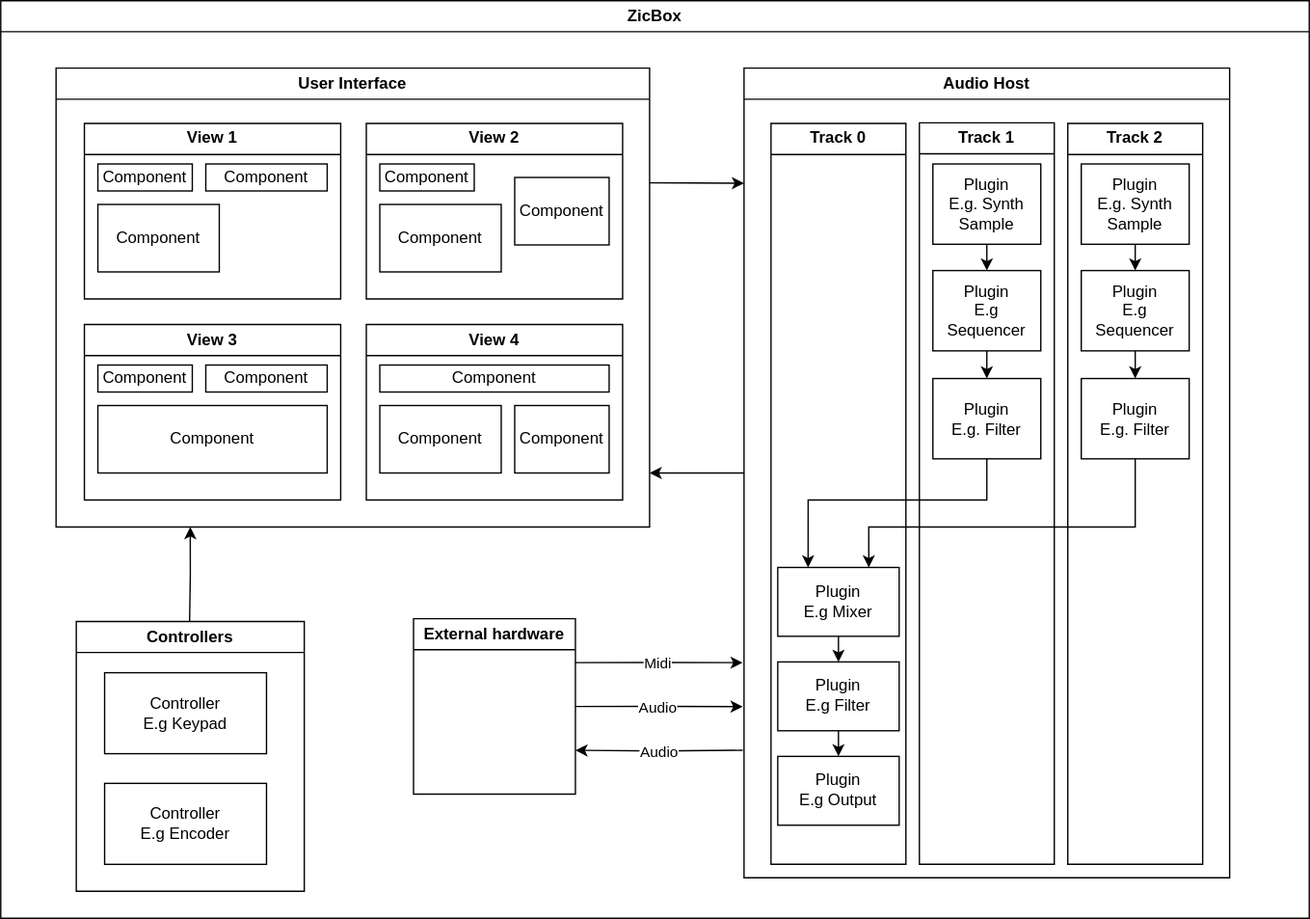
apiel/zicBox keeps this draw.io diagram as zicbox.drawio.svg. Above is the earlier version. Source tidied: cells renumbered, new cells last; positions are measured from the earlier drawing's top-left corner, leaving out a move shared by most shapes. The source it was exported from:
```xml
<mxGraphModel background="#FFFFFF">
  <root>
    <mxCell id="0" />
    <mxCell id="1" parent="0" />
    <mxCell id="2" value="ZicBox" style="swimlane;whiteSpace=wrap;html=1;" parent="1" vertex="1">
      <mxGeometry width="970" height="680" as="geometry" />
    </mxCell>
    <mxCell id="3" style="edgeStyle=orthogonalEdgeStyle;rounded=0;jettySize=auto;html=1;exitX=1;exitY=0.25;exitDx=0;exitDy=0;" parent="2" edge="1" source="4">
      <mxGeometry relative="1" as="geometry">
        <mxPoint x="551" y="135.3" as="targetPoint" />
      </mxGeometry>
    </mxCell>
    <mxCell id="4" value="User Interface" style="swimlane;whiteSpace=wrap;html=1;" parent="2" vertex="1">
      <mxGeometry x="41" y="50" width="440" height="340" as="geometry" />
    </mxCell>
    <mxCell id="5" value="View 1" style="swimlane;whiteSpace=wrap;html=1;" parent="4" vertex="1">
      <mxGeometry x="21" y="41" width="190" height="130" as="geometry" />
    </mxCell>
    <mxCell id="6" value="Component" style="rounded=0;whiteSpace=wrap;html=1;" parent="5" vertex="1">
      <mxGeometry x="10" y="30" width="70" height="20" as="geometry" />
    </mxCell>
    <mxCell id="7" value="Component" style="rounded=0;whiteSpace=wrap;html=1;" parent="5" vertex="1">
      <mxGeometry x="10" y="60" width="90" height="50" as="geometry" />
    </mxCell>
    <mxCell id="8" value="Component" style="rounded=0;whiteSpace=wrap;html=1;" parent="5" vertex="1">
      <mxGeometry x="90" y="30" width="90" height="20" as="geometry" />
    </mxCell>
    <mxCell id="9" value="View 2" style="swimlane;whiteSpace=wrap;html=1;" parent="4" vertex="1">
      <mxGeometry x="230" y="41" width="190" height="130" as="geometry" />
    </mxCell>
    <mxCell id="10" value="Component" style="rounded=0;whiteSpace=wrap;html=1;" parent="9" vertex="1">
      <mxGeometry x="10" y="30" width="70" height="20" as="geometry" />
    </mxCell>
    <mxCell id="11" value="Component" style="rounded=0;whiteSpace=wrap;html=1;" parent="9" vertex="1">
      <mxGeometry x="10" y="60" width="90" height="50" as="geometry" />
    </mxCell>
    <mxCell id="12" value="Component" style="whiteSpace=wrap;html=1;" parent="9" vertex="1">
      <mxGeometry x="110" y="40" width="70" height="50" as="geometry" />
    </mxCell>
    <mxCell id="13" value="View 3" style="swimlane;whiteSpace=wrap;html=1;" parent="4" vertex="1">
      <mxGeometry x="21" y="190" width="190" height="130" as="geometry" />
    </mxCell>
    <mxCell id="14" value="Component" style="rounded=0;whiteSpace=wrap;html=1;" parent="13" vertex="1">
      <mxGeometry x="10" y="30" width="70" height="20" as="geometry" />
    </mxCell>
    <mxCell id="15" value="Component" style="rounded=0;whiteSpace=wrap;html=1;" parent="13" vertex="1">
      <mxGeometry x="10" y="60" width="170" height="50" as="geometry" />
    </mxCell>
    <mxCell id="16" value="Component" style="rounded=0;whiteSpace=wrap;html=1;" parent="13" vertex="1">
      <mxGeometry x="90" y="30" width="90" height="20" as="geometry" />
    </mxCell>
    <mxCell id="17" value="View 4" style="swimlane;whiteSpace=wrap;html=1;" parent="4" vertex="1">
      <mxGeometry x="230" y="190" width="190" height="130" as="geometry" />
    </mxCell>
    <mxCell id="18" value="Component" style="rounded=0;whiteSpace=wrap;html=1;" parent="17" vertex="1">
      <mxGeometry x="10" y="60" width="90" height="50" as="geometry" />
    </mxCell>
    <mxCell id="19" value="Component" style="rounded=0;whiteSpace=wrap;html=1;" parent="17" vertex="1">
      <mxGeometry x="10" y="30" width="170" height="20" as="geometry" />
    </mxCell>
    <mxCell id="20" value="Component" style="whiteSpace=wrap;html=1;" parent="4" vertex="1">
      <mxGeometry x="340" y="250" width="70" height="50" as="geometry" />
    </mxCell>
    <mxCell id="21" style="edgeStyle=orthogonalEdgeStyle;rounded=0;jettySize=auto;html=1;exitX=0;exitY=0.5;exitDx=0;exitDy=0;" parent="2" edge="1" source="22">
      <mxGeometry relative="1" as="geometry">
        <mxPoint x="481" y="350" as="targetPoint" />
      </mxGeometry>
    </mxCell>
    <mxCell id="22" value="Audio Host" style="swimlane;whiteSpace=wrap;html=1;" parent="2" vertex="1">
      <mxGeometry x="551" y="50" width="360" height="600" as="geometry" />
    </mxCell>
    <mxCell id="23" value="Track 0" style="swimlane;whiteSpace=wrap;html=1;" parent="22" vertex="1">
      <mxGeometry x="20" y="41" width="100" height="549" as="geometry" />
    </mxCell>
    <mxCell id="24" style="edgeStyle=orthogonalEdgeStyle;rounded=0;jettySize=auto;html=1;exitX=0.5;exitY=1;exitDx=0;exitDy=0;entryX=0.5;entryY=0;entryDx=0;entryDy=0;" parent="23" edge="1" source="25" target="27">
      <mxGeometry relative="1" as="geometry" />
    </mxCell>
    <mxCell id="25" value="Plugin&lt;br&gt;E.g Mixer" style="whiteSpace=wrap;html=1;" parent="23" vertex="1">
      <mxGeometry x="5" y="329" width="90" height="51" as="geometry" />
    </mxCell>
    <mxCell id="26" style="edgeStyle=orthogonalEdgeStyle;rounded=0;jettySize=auto;html=1;exitX=0.5;exitY=1;exitDx=0;exitDy=0;entryX=0.5;entryY=0;entryDx=0;entryDy=0;" parent="23" edge="1" source="27" target="28">
      <mxGeometry relative="1" as="geometry" />
    </mxCell>
    <mxCell id="27" value="Plugin&lt;br&gt;E.g Filter" style="whiteSpace=wrap;html=1;" parent="23" vertex="1">
      <mxGeometry x="5" y="399" width="90" height="51" as="geometry" />
    </mxCell>
    <mxCell id="28" value="Plugin&lt;br&gt;E.g Output" style="whiteSpace=wrap;html=1;" parent="23" vertex="1">
      <mxGeometry x="5" y="469" width="90" height="51" as="geometry" />
    </mxCell>
    <mxCell id="29" value="Track 1" style="swimlane;whiteSpace=wrap;html=1;" parent="22" vertex="1">
      <mxGeometry x="130" y="40.5" width="100" height="549.5" as="geometry" />
    </mxCell>
    <mxCell id="30" style="edgeStyle=orthogonalEdgeStyle;rounded=0;jettySize=auto;html=1;exitX=0.5;exitY=1;exitDx=0;exitDy=0;entryX=0.5;entryY=0;entryDx=0;entryDy=0;" parent="29" edge="1" source="31" target="33">
      <mxGeometry relative="1" as="geometry" />
    </mxCell>
    <mxCell id="31" value="Plugin&lt;br&gt;E.g. Synth Sample" style="whiteSpace=wrap;html=1;" parent="29" vertex="1">
      <mxGeometry x="10" y="30.5" width="80" height="59.5" as="geometry" />
    </mxCell>
    <mxCell id="32" style="edgeStyle=orthogonalEdgeStyle;rounded=0;jettySize=auto;html=1;exitX=0.5;exitY=1;exitDx=0;exitDy=0;entryX=0.5;entryY=0;entryDx=0;entryDy=0;" parent="29" edge="1" source="33" target="34">
      <mxGeometry relative="1" as="geometry" />
    </mxCell>
    <mxCell id="33" value="Plugin&lt;br&gt;E.g Sequencer" style="whiteSpace=wrap;html=1;" parent="29" vertex="1">
      <mxGeometry x="10" y="109.5" width="80" height="59.5" as="geometry" />
    </mxCell>
    <mxCell id="34" value="Plugin&lt;br&gt;E.g. Filter" style="whiteSpace=wrap;html=1;" parent="29" vertex="1">
      <mxGeometry x="10" y="189.5" width="80" height="59.5" as="geometry" />
    </mxCell>
    <mxCell id="35" value="Track 2" style="swimlane;whiteSpace=wrap;html=1;" parent="22" vertex="1">
      <mxGeometry x="240" y="41" width="100" height="549" as="geometry" />
    </mxCell>
    <mxCell id="36" style="edgeStyle=orthogonalEdgeStyle;rounded=0;jettySize=auto;html=1;exitX=0.5;exitY=1;exitDx=0;exitDy=0;entryX=0.5;entryY=0;entryDx=0;entryDy=0;" parent="35" edge="1" source="37" target="39">
      <mxGeometry relative="1" as="geometry" />
    </mxCell>
    <mxCell id="37" value="Plugin&lt;br&gt;E.g. Synth Sample" style="whiteSpace=wrap;html=1;" parent="35" vertex="1">
      <mxGeometry x="10" y="30" width="80" height="59.5" as="geometry" />
    </mxCell>
    <mxCell id="38" style="edgeStyle=orthogonalEdgeStyle;rounded=0;jettySize=auto;html=1;exitX=0.5;exitY=1;exitDx=0;exitDy=0;entryX=0.5;entryY=0;entryDx=0;entryDy=0;" parent="35" edge="1" source="39" target="40">
      <mxGeometry relative="1" as="geometry" />
    </mxCell>
    <mxCell id="39" value="Plugin&lt;br&gt;E.g Sequencer" style="whiteSpace=wrap;html=1;" parent="35" vertex="1">
      <mxGeometry x="10" y="109" width="80" height="59.5" as="geometry" />
    </mxCell>
    <mxCell id="40" value="Plugin&lt;br&gt;E.g. Filter" style="whiteSpace=wrap;html=1;" parent="35" vertex="1">
      <mxGeometry x="10" y="189" width="80" height="59.5" as="geometry" />
    </mxCell>
    <mxCell id="41" style="edgeStyle=orthogonalEdgeStyle;rounded=0;jettySize=auto;html=1;exitX=0.5;exitY=1;exitDx=0;exitDy=0;entryX=0.25;entryY=0;entryDx=0;entryDy=0;" parent="22" edge="1" source="34" target="25">
      <mxGeometry relative="1" as="geometry">
        <Array as="points">
          <mxPoint x="180" y="320" />
          <mxPoint x="48" y="320" />
        </Array>
      </mxGeometry>
    </mxCell>
    <mxCell id="42" style="edgeStyle=orthogonalEdgeStyle;rounded=0;jettySize=auto;html=1;exitX=0.5;exitY=1;exitDx=0;exitDy=0;entryX=0.75;entryY=0;entryDx=0;entryDy=0;" parent="22" edge="1" source="40" target="25">
      <mxGeometry relative="1" as="geometry">
        <Array as="points">
          <mxPoint x="290" y="340" />
          <mxPoint x="92" y="340" />
        </Array>
      </mxGeometry>
    </mxCell>
    <mxCell id="43" style="edgeStyle=orthogonalEdgeStyle;rounded=0;orthogonalLoop=1;jettySize=auto;html=1;exitX=0.5;exitY=0;exitDx=0;exitDy=0;" parent="2" edge="1">
      <mxGeometry relative="1" as="geometry">
        <mxPoint x="140" y="460" as="sourcePoint" />
        <mxPoint x="140.5" y="390" as="targetPoint" />
      </mxGeometry>
    </mxCell>
    <mxCell id="44" value="Controllers" style="swimlane;whiteSpace=wrap;html=1;" parent="2" vertex="1">
      <mxGeometry x="56" y="460" width="169" height="200" as="geometry" />
    </mxCell>
    <mxCell id="45" value="Controller&lt;br&gt;E.g Keypad" style="whiteSpace=wrap;html=1;" parent="44" vertex="1">
      <mxGeometry x="21" y="38" width="120" height="60" as="geometry" />
    </mxCell>
    <mxCell id="46" value="Controller&lt;br&gt;E.g Encoder" style="whiteSpace=wrap;html=1;" parent="44" vertex="1">
      <mxGeometry x="21" y="120" width="120" height="60" as="geometry" />
    </mxCell>
    <mxCell id="47" style="edgeStyle=orthogonalEdgeStyle;rounded=0;jettySize=auto;html=1;exitX=1;exitY=0.25;exitDx=0;exitDy=0;" parent="2" edge="1" source="53">
      <mxGeometry relative="1" as="geometry">
        <mxPoint x="550" y="490.5" as="targetPoint" />
      </mxGeometry>
    </mxCell>
    <mxCell id="48" value="Midi" style="edgeLabel;html=1;align=center;verticalAlign=middle;" parent="47" vertex="1">
      <mxGeometry x="-0.03" relative="1" as="geometry" />
    </mxCell>
    <mxCell id="49" style="edgeStyle=orthogonalEdgeStyle;rounded=0;jettySize=auto;html=1;exitX=1;exitY=0.5;exitDx=0;exitDy=0;" parent="2" edge="1" source="53">
      <mxGeometry relative="1" as="geometry">
        <mxPoint x="550" y="523.2" as="targetPoint" />
      </mxGeometry>
    </mxCell>
    <mxCell id="50" value="Audio" style="edgeLabel;html=1;align=center;verticalAlign=middle;" parent="49" vertex="1">
      <mxGeometry x="-0.05" relative="1" as="geometry" />
    </mxCell>
    <mxCell id="51" style="edgeStyle=orthogonalEdgeStyle;rounded=0;jettySize=auto;html=1;exitX=1;exitY=0.75;exitDx=0;exitDy=0;entryX=1;entryY=0.75;entryDx=0;entryDy=0;" parent="2" edge="1" target="53">
      <mxGeometry relative="1" as="geometry">
        <mxPoint x="550" y="555.5" as="sourcePoint" />
      </mxGeometry>
    </mxCell>
    <mxCell id="52" value="Audio" style="edgeLabel;html=1;align=center;verticalAlign=middle;" parent="51" vertex="1">
      <mxGeometry x="0.02" y="1" relative="1" as="geometry" />
    </mxCell>
    <mxCell id="53" value="External hardware" style="swimlane;whiteSpace=wrap;html=1;" parent="2" vertex="1">
      <mxGeometry x="306" y="458" width="120" height="130" as="geometry" />
    </mxCell>
  </root>
</mxGraphModel>
```
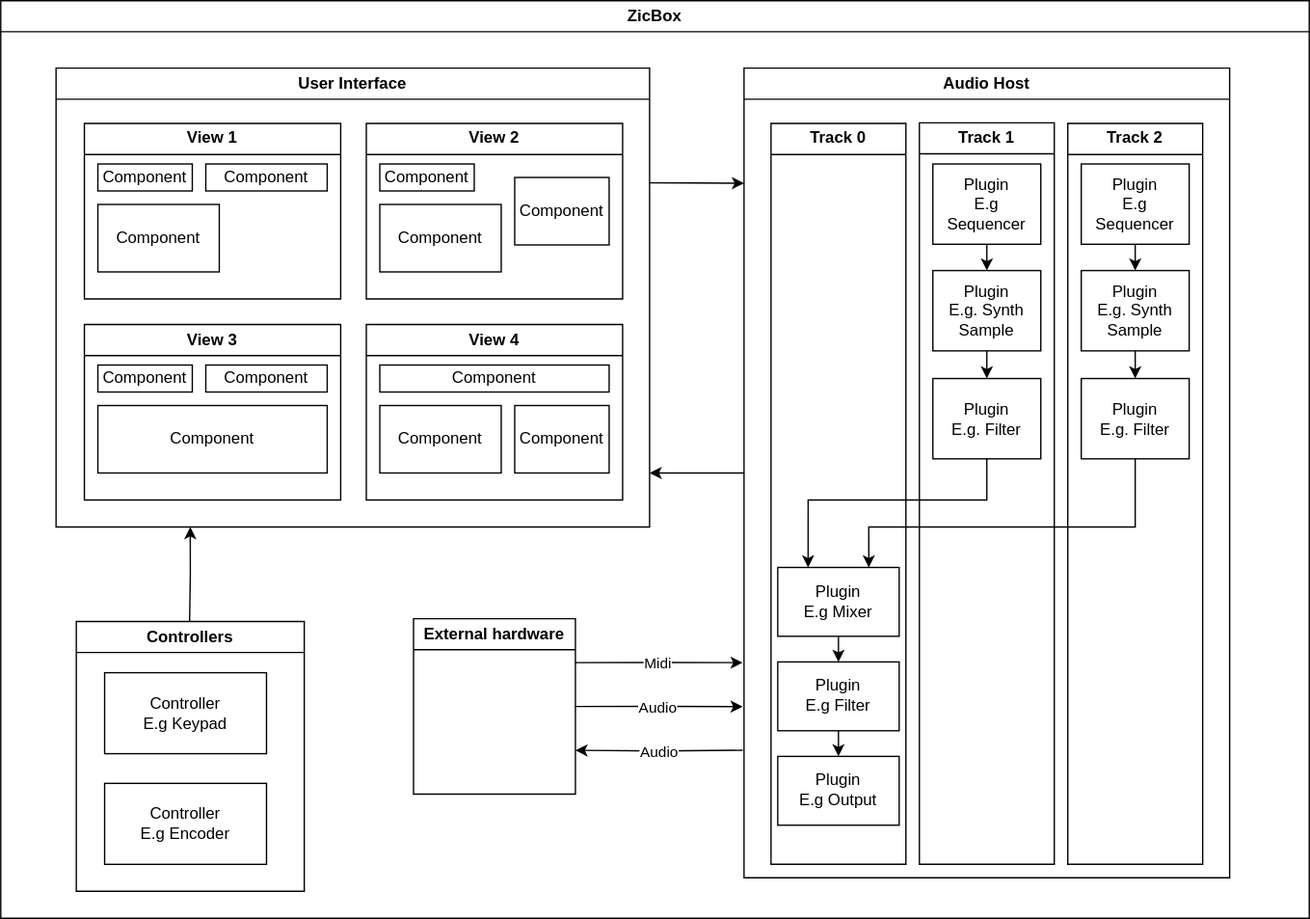
The same diagram one commit later.

Change to the diagram source:
```diff
@@ -93,13 +93,13 @@
     <mxCell id="30" style="edgeStyle=orthogonalEdgeStyle;rounded=0;jettySize=auto;html=1;exitX=0.5;exitY=1;exitDx=0;exitDy=0;entryX=0.5;entryY=0;entryDx=0;entryDy=0;" parent="29" edge="1" source="31" target="33">
       <mxGeometry relative="1" as="geometry" />
     </mxCell>
-    <mxCell id="31" value="Plugin&lt;br&gt;E.g. Synth Sample" style="whiteSpace=wrap;html=1;" parent="29" vertex="1">
+    <mxCell id="31" value="Plugin&lt;br style=&quot;border-color: var(--border-color);&quot;&gt;E.g Sequencer" style="whiteSpace=wrap;html=1;" parent="29" vertex="1">
       <mxGeometry x="10" y="30.5" width="80" height="59.5" as="geometry" />
     </mxCell>
     <mxCell id="32" style="edgeStyle=orthogonalEdgeStyle;rounded=0;jettySize=auto;html=1;exitX=0.5;exitY=1;exitDx=0;exitDy=0;entryX=0.5;entryY=0;entryDx=0;entryDy=0;" parent="29" edge="1" source="33" target="34">
       <mxGeometry relative="1" as="geometry" />
     </mxCell>
-    <mxCell id="33" value="Plugin&lt;br&gt;E.g Sequencer" style="whiteSpace=wrap;html=1;" parent="29" vertex="1">
+    <mxCell id="33" value="Plugin&lt;br style=&quot;border-color: var(--border-color);&quot;&gt;E.g. Synth Sample" style="whiteSpace=wrap;html=1;" parent="29" vertex="1">
       <mxGeometry x="10" y="109.5" width="80" height="59.5" as="geometry" />
     </mxCell>
     <mxCell id="34" value="Plugin&lt;br&gt;E.g. Filter" style="whiteSpace=wrap;html=1;" parent="29" vertex="1">
@@ -111,13 +111,13 @@
     <mxCell id="36" style="edgeStyle=orthogonalEdgeStyle;rounded=0;jettySize=auto;html=1;exitX=0.5;exitY=1;exitDx=0;exitDy=0;entryX=0.5;entryY=0;entryDx=0;entryDy=0;" parent="35" edge="1" source="37" target="39">
       <mxGeometry relative="1" as="geometry" />
     </mxCell>
-    <mxCell id="37" value="Plugin&lt;br&gt;E.g. Synth Sample" style="whiteSpace=wrap;html=1;" parent="35" vertex="1">
+    <mxCell id="37" value="Plugin&lt;br style=&quot;border-color: var(--border-color);&quot;&gt;E.g Sequencer" style="whiteSpace=wrap;html=1;" parent="35" vertex="1">
       <mxGeometry x="10" y="30" width="80" height="59.5" as="geometry" />
     </mxCell>
     <mxCell id="38" style="edgeStyle=orthogonalEdgeStyle;rounded=0;jettySize=auto;html=1;exitX=0.5;exitY=1;exitDx=0;exitDy=0;entryX=0.5;entryY=0;entryDx=0;entryDy=0;" parent="35" edge="1" source="39" target="40">
       <mxGeometry relative="1" as="geometry" />
     </mxCell>
-    <mxCell id="39" value="Plugin&lt;br&gt;E.g Sequencer" style="whiteSpace=wrap;html=1;" parent="35" vertex="1">
+    <mxCell id="39" value="Plugin&lt;br style=&quot;border-color: var(--border-color);&quot;&gt;E.g. Synth Sample" style="whiteSpace=wrap;html=1;" parent="35" vertex="1">
       <mxGeometry x="10" y="109" width="80" height="59.5" as="geometry" />
     </mxCell>
     <mxCell id="40" value="Plugin&lt;br&gt;E.g. Filter" style="whiteSpace=wrap;html=1;" parent="35" vertex="1">
```
